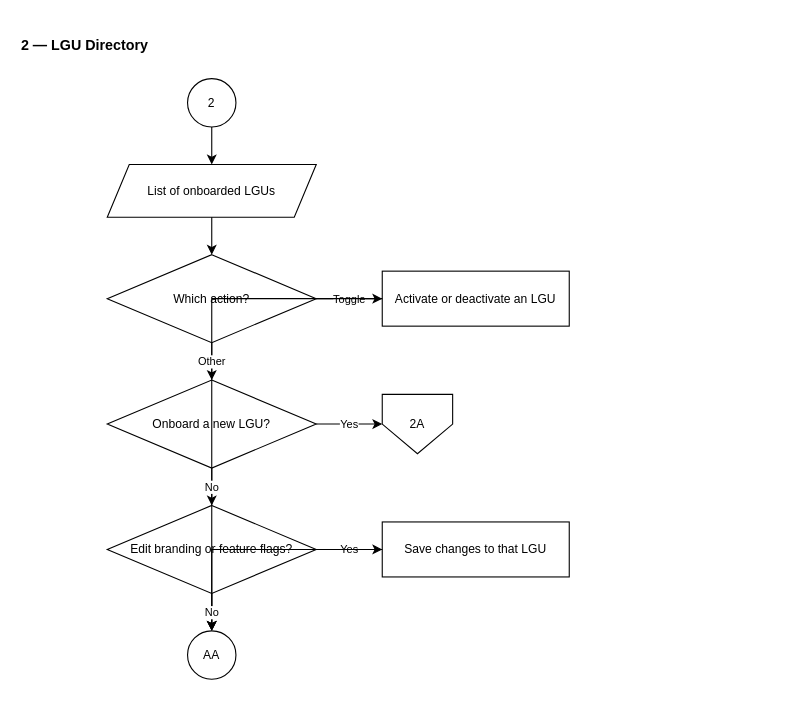
MellowLaw/AGAPP keeps this draw.io diagram as page "2 — LGU Directory" (4 of 8) of Docs/Flowcharts/drawio/03-Super-Admin.drawio. Above is the earlier version. Source tidied: cells renumbered, new cells numbered last; positions are measured from the earlier drawing's top-left corner, leaving out a move shared by most shapes. Both pictures are drawn from the tidied source at 110%, with x=0, y=0 at pixel (19, 30).
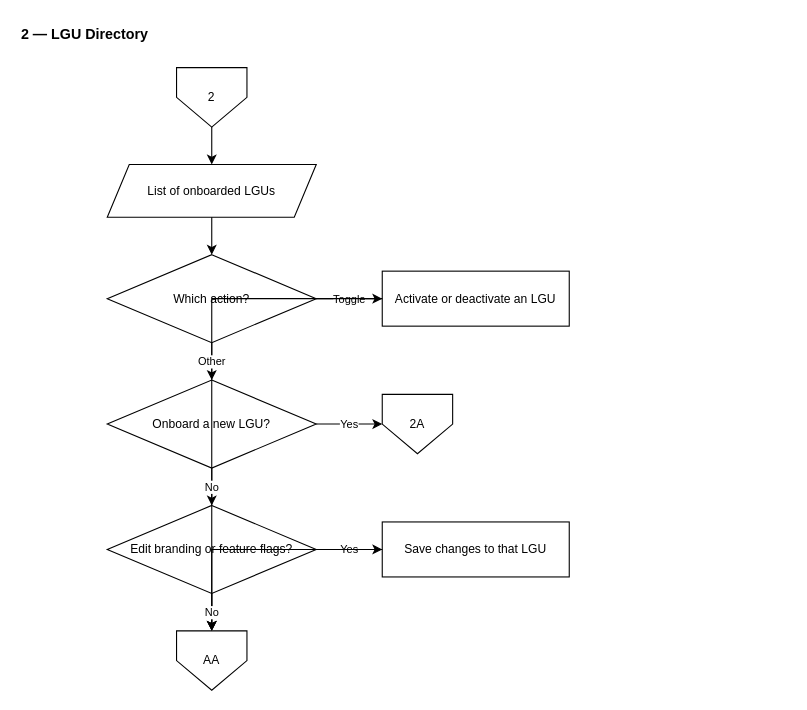
The same page after the edit.

Change to the diagram source:
```diff
@@
     <mxCell id="2" value="2 — LGU Directory" style="text;html=1;align=left;verticalAlign=middle;strokeColor=none;fillColor=none;fontSize=13;fontStyle=1;fontColor=#000000;" parent="1" vertex="1">
-      <mxGeometry width="700" height="26" as="geometry" />
+      <mxGeometry y="-10" width="700" height="26" as="geometry" />
     </mxCell>
-    <mxCell id="3" value="2" style="ellipse;whiteSpace=wrap;html=1;fillColor=#FFFFFF;strokeColor=#000000;fontColor=#000000;fontSize=11;" parent="1" vertex="1">
-      <mxGeometry x="153" y="44" width="44" height="44" as="geometry" />
+    <mxCell id="3" value="2" style="shape=offPageConnector;whiteSpace=wrap;html=1;size=0.5;fillColor=#FFFFFF;strokeColor=#000000;fontColor=#000000;fontSize=11;" parent="1" vertex="1">
+      <mxGeometry x="143" y="34" width="64" height="54" as="geometry" />
     </mxCell>
@@
-    <mxCell id="11" value="AA" style="ellipse;whiteSpace=wrap;html=1;fillColor=#FFFFFF;strokeColor=#000000;fontColor=#000000;fontSize=11;" parent="1" vertex="1">
-      <mxGeometry x="153" y="546" width="44" height="44" as="geometry" />
+    <mxCell id="11" value="AA" style="shape=offPageConnector;whiteSpace=wrap;html=1;size=0.5;fillColor=#FFFFFF;strokeColor=#000000;fontColor=#000000;fontSize=11;" parent="1" vertex="1">
+      <mxGeometry x="143" y="546" width="64" height="54" as="geometry" />
     </mxCell>
```
